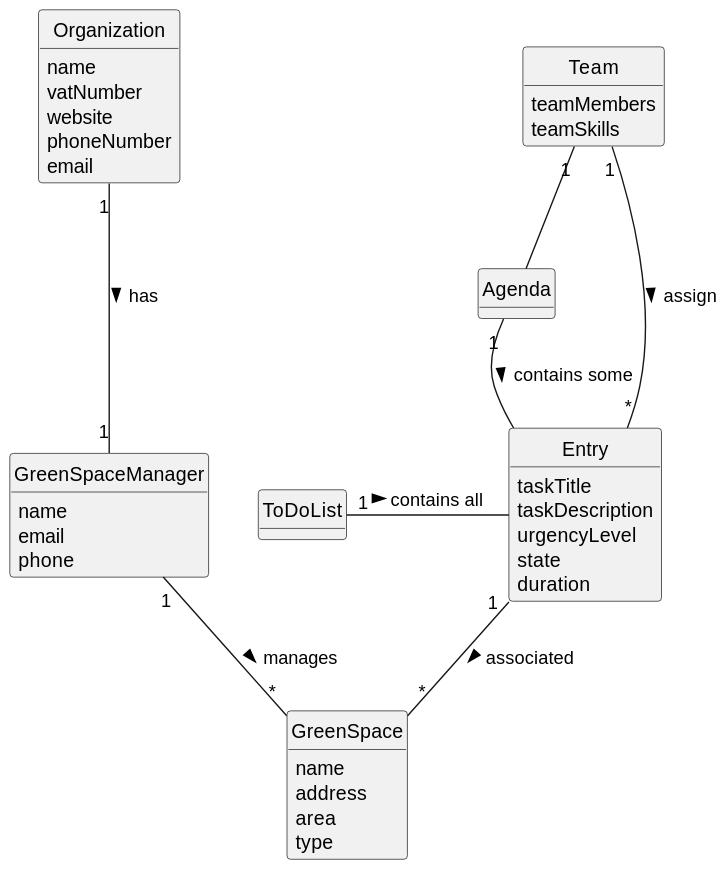
Earlier version of the PlantUML export docs/sprintC/us023/02.analysis/svg/us023-domain-model.svg (Departamento-de-Engenharia-Informatica/lei-24-s2-1dkl-g134). The source it was exported from:
```plantuml
@startuml
skinparam monochrome true
skinparam packageStyle rectangle
skinparam shadowing false
skinparam classAttributeIconSize 0
hide circle
hide methods


class Organization {
    name
    vatNumber
    website
    phoneNumber
    email
}

class GreenSpace {
   name
   address
   area
   type
}

class Entry {
  taskTitle
  taskDescription
  urgencyLevel
  state
  duration
}

class GreenSpaceManager {
    name
    email
    phone
}

class Agenda{

}

class ToDoList{

}

class Team{
    teamMembers
    teamSkills
}



Organization "1" --- "1" GreenSpaceManager : has >
Entry "1" --"*" GreenSpace: associated >
GreenSpaceManager "1" -- "*" GreenSpace : manages >
ToDoList "1" -  Entry : contains all >
Agenda "1" --  Entry : contains some >
Team "1" - "*" Entry: assign >
Team"1"-- Agenda
@enduml
```
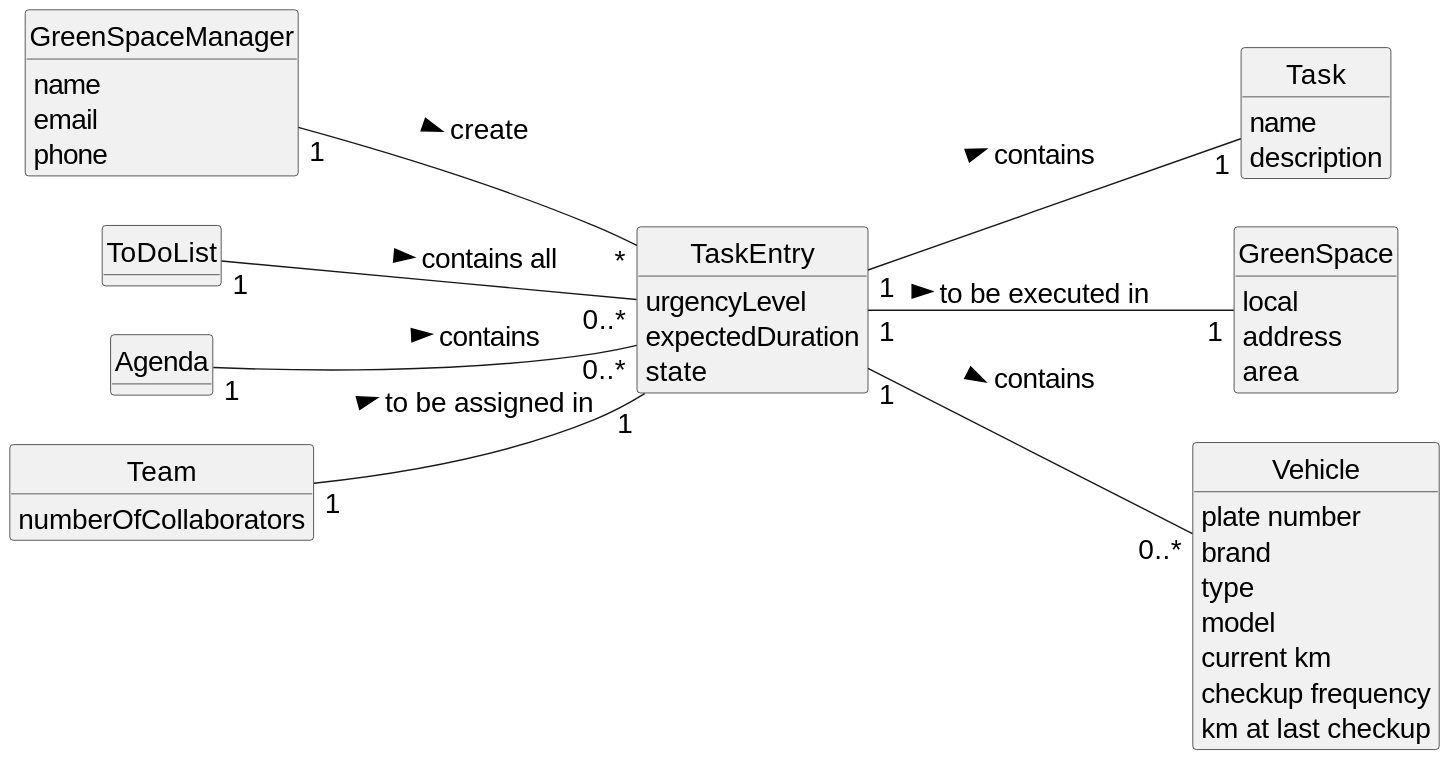
Above is the later version.

Commit message:
US023 Domain Model update

What changed in the source:
```diff
@@ -1,61 +1,65 @@
 @startuml
+skinparamlocked defaultFontSize 20
 skinparam monochrome true
 skinparam packageStyle rectangle
 skinparam shadowing false
+
+left to right direction
+
 skinparam classAttributeIconSize 0
+
 hide circle
 hide methods
 
 
-class Organization {
-    name
-    vatNumber
-    website
-    phoneNumber
-    email
-}
-
-class GreenSpace {
-   name
-   address
-   area
-   type
-}
-
-class Entry {
-  taskTitle
-  taskDescription
-  urgencyLevel
-  state
-  duration
-}
-
-class GreenSpaceManager {
+class GreenSpaceManager{
     name
     email
     phone
 }
 
-class Agenda{
-
+class ToDoList {
 }
 
-class ToDoList{
-
+class Task {
+    name
+    description
 }
 
-class Team{
-    teamMembers
-    teamSkills
+class TaskEntry{
+    urgencyLevel
+    expectedDuration
+    state
 }
 
+class Agenda{
+}
 
+class Team {
+    numberOfCollaborators
+}
 
-Organization "1" --- "1" GreenSpaceManager : has >
-Entry "1" --"*" GreenSpace: associated >
-GreenSpaceManager "1" -- "*" GreenSpace : manages >
-ToDoList "1" -  Entry : contains all >
-Agenda "1" --  Entry : contains some >
-Team "1" - "*" Entry: assign >
-Team"1"-- Agenda
+class GreenSpace{
+    local
+    address
+    area
+}
+
+class Vehicle {
+    plate number
+    brand
+    type
+    model
+    current km
+    checkup frequency
+    km at last checkup
+}
+
+"GreenSpaceManager" "1" -- "*" "TaskEntry" :  create >
+TaskEntry "1"--"1" Task : contains >
+TaskEntry "1"--"1" GreenSpace : to be executed in >
+Team "1"--"1" TaskEntry : to be assigned in >
+Agenda "1"--"0..*" TaskEntry : contains >
+ToDoList "1"--"0..*" TaskEntry : contains all >
+TaskEntry "1"--"0..*" Vehicle : contains >
 @enduml
```
